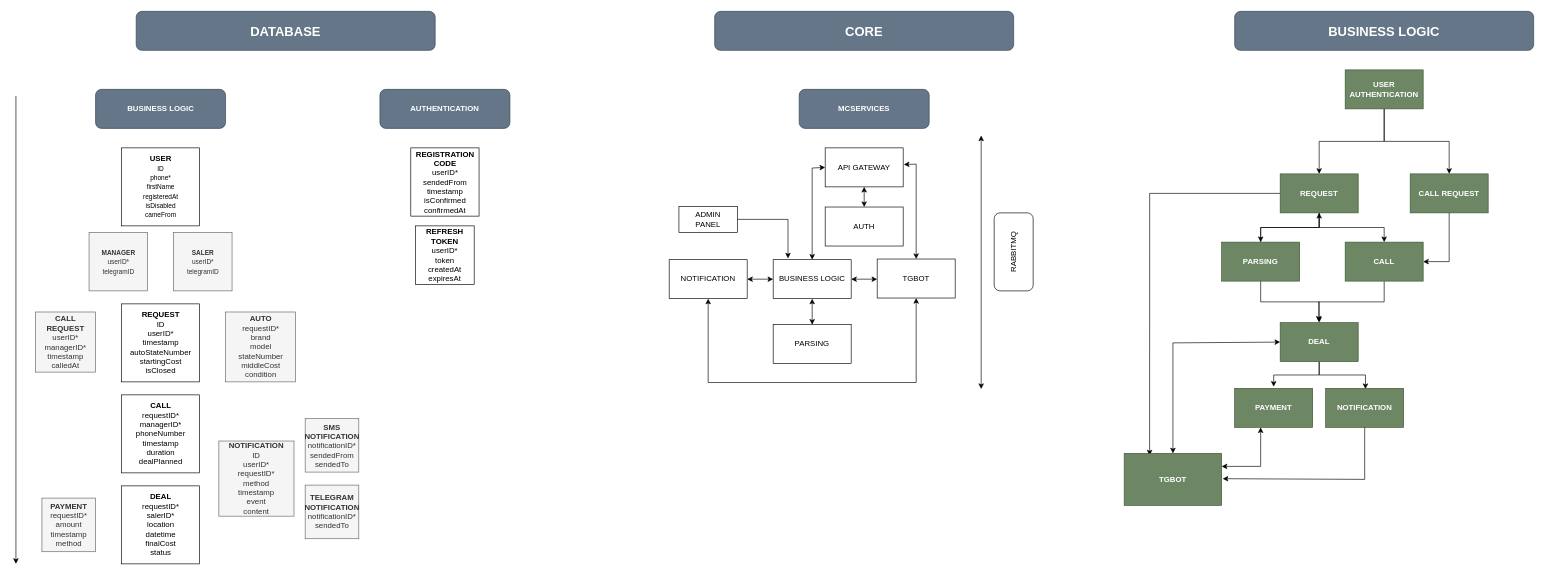
Above: static/AppDiagram.drawio in Dahaka1/GetAuto (draw.io), before the change. Source tidied: cells renumbered, new cells numbered last; positions are measured from the earlier drawing's top-left corner, leaving out a move shared by most shapes. Both pictures are drawn from the tidied source at 65%, with x=0, y=0 at pixel (16, 11).
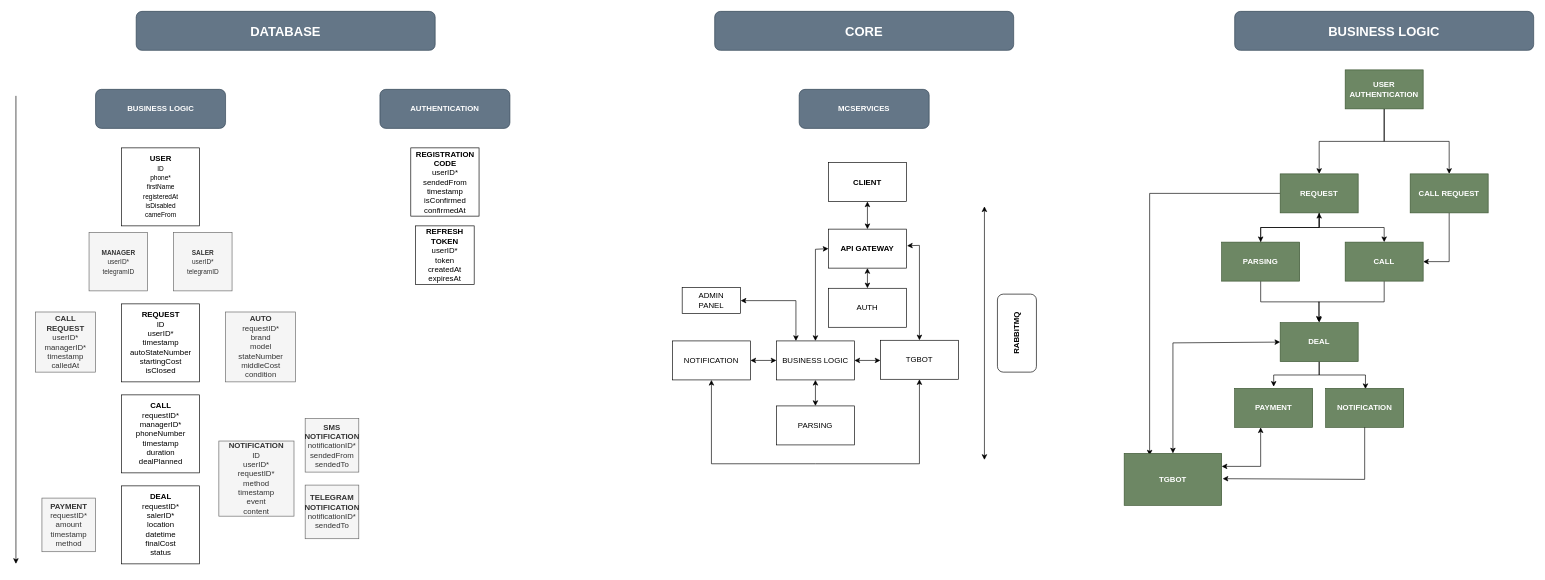
The same diagram, later.

Change to the diagram source:
```diff
@@
     <mxCell id="17" value="BUSINESS LOGIC" style="rounded=0;whiteSpace=wrap;html=1;" parent="1" vertex="1">
-      <mxGeometry x="1165" y="382" width="120" height="60" as="geometry" />
+      <mxGeometry x="1170" y="507" width="120" height="60" as="geometry" />
     </mxCell>
     <mxCell id="18" value="PARSING" style="rounded=0;whiteSpace=wrap;html=1;" parent="1" vertex="1">
-      <mxGeometry x="1165" y="482" width="120" height="60" as="geometry" />
+      <mxGeometry x="1170" y="607" width="120" height="60" as="geometry" />
     </mxCell>
     <mxCell id="19" value="TGBOT" style="rounded=0;whiteSpace=wrap;html=1;" parent="1" vertex="1">
-      <mxGeometry x="1325" y="381" width="120" height="60" as="geometry" />
+      <mxGeometry x="1330" y="506" width="120" height="60" as="geometry" />
     </mxCell>
-    <mxCell id="20" value="API GATEWAY" style="rounded=0;whiteSpace=wrap;html=1;" parent="1" vertex="1">
-      <mxGeometry x="1245" y="210" width="120" height="60" as="geometry" />
+    <mxCell id="20" value="API GATEWAY" style="rounded=0;whiteSpace=wrap;html=1;fontStyle=1;" parent="1" vertex="1">
+      <mxGeometry x="1250" y="335" width="120" height="60" as="geometry" />
     </mxCell>
     <mxCell id="21" style="endArrow=classic;startArrow=classic;html=1;rounded=0;entryX=0.5;entryY=0;entryDx=0;entryDy=0;exitX=1.008;exitY=0.426;exitDx=0;exitDy=0;exitPerimeter=0;" parent="1" edge="1" source="20" target="19">
       <mxGeometry relative="1" as="geometry">
         <Array as="points">
-          <mxPoint x="1385" y="235" />
+          <mxPoint x="1390" y="360" />
         </Array>
       </mxGeometry>
     </mxCell>
     <mxCell id="22" style="endArrow=classic;startArrow=classic;html=1;rounded=0;exitX=0.5;exitY=0;exitDx=0;exitDy=0;entryX=0;entryY=0.5;entryDx=0;entryDy=0;" parent="1" edge="1" source="17" target="20">
       <mxGeometry relative="1" as="geometry">
         <Array as="points">
-          <mxPoint x="1225" y="241" />
+          <mxPoint x="1230" y="366" />
         </Array>
       </mxGeometry>
     </mxCell>
@@
     <mxCell id="24" style="endArrow=classic;startArrow=classic;html=1;rounded=0;exitX=1;exitY=0.5;exitDx=0;exitDy=0;" parent="1" edge="1" source="17">
       <mxGeometry relative="1" as="geometry">
-        <mxPoint x="1325" y="412" as="targetPoint" />
+        <mxPoint x="1330" y="537" as="targetPoint" />
       </mxGeometry>
     </mxCell>
     <mxCell id="25" value="AUTH" style="rounded=0;whiteSpace=wrap;html=1;" parent="1" vertex="1">
-      <mxGeometry x="1245" y="301" width="120" height="60" as="geometry" />
+      <mxGeometry x="1250" y="426" width="120" height="60" as="geometry" />
     </mxCell>
@@
     <mxCell id="27" style="endArrow=classic;startArrow=classic;html=1;rounded=0;" parent="1" edge="1">
       <mxGeometry relative="1" as="geometry">
-        <mxPoint x="1485" y="581" as="sourcePoint" />
-        <mxPoint x="1485" y="191" as="targetPoint" />
+        <mxPoint x="1490" y="690" as="sourcePoint" />
+        <mxPoint x="1490" y="300" as="targetPoint" />
       </mxGeometry>
     </mxCell>
-    <mxCell id="28" value="RABBITMQ" style="rounded=1;whiteSpace=wrap;html=1;rotation=-90;" parent="1" vertex="1">
-      <mxGeometry x="1475" y="340" width="120" height="60" as="geometry" />
+    <mxCell id="28" value="RABBITMQ" style="rounded=1;whiteSpace=wrap;html=1;rotation=-90;fontStyle=1;" parent="1" vertex="1">
+      <mxGeometry x="1480" y="465" width="120" height="60" as="geometry" />
     </mxCell>
     <mxCell id="29" value="NOTIFICATION" style="rounded=0;whiteSpace=wrap;html=1;" parent="1" vertex="1">
-      <mxGeometry x="1005" y="382" width="120" height="60" as="geometry" />
+      <mxGeometry x="1010" y="507" width="120" height="60" as="geometry" />
     </mxCell>
@@
     <mxCell id="31" style="endArrow=classic;startArrow=classic;html=1;rounded=0;entryX=0.5;entryY=1;entryDx=0;entryDy=0;exitX=0.5;exitY=1;exitDx=0;exitDy=0;" parent="1" edge="1" source="29" target="19">
       <mxGeometry relative="1" as="geometry">
         <Array as="points">
-          <mxPoint x="1065" y="571" />
-          <mxPoint x="1225" y="571" />
-          <mxPoint x="1385" y="571" />
+          <mxPoint x="1070" y="696" />
+          <mxPoint x="1230" y="696" />
+          <mxPoint x="1390" y="696" />
         </Array>
       </mxGeometry>
     </mxCell>
@@
+    <mxCell id="62" value="ADMIN&lt;br&gt;PANEL" style="rounded=0;whiteSpace=wrap;html=1;" parent="1" vertex="1">
+      <mxGeometry x="1025" y="425" width="90" height="40" as="geometry" />
+    </mxCell>
-    <mxCell id="61" style="edgeStyle=orthogonalEdgeStyle;rounded=0;jettySize=auto;html=1;entryX=0.19;entryY=-0.03;entryDx=0;entryDy=0;entryPerimeter=0;" parent="1" edge="1" source="62" target="17">
-      <mxGeometry relative="1" as="geometry" />
+    <mxCell id="61" style="endArrow=classic;startArrow=classic;html=1;rounded=0;exitX=1;exitY=0.5;exitDx=0;exitDy=0;entryX=0.25;entryY=0;entryDx=0;entryDy=0;" parent="1" edge="1" source="62" target="17">
+      <mxGeometry relative="1" as="geometry">
+        <Array as="points">
+          <mxPoint x="1200" y="445" />
+        </Array>
+      </mxGeometry>
     </mxCell>
-    <mxCell id="62" value="ADMIN&lt;br&gt;PANEL" style="rounded=0;whiteSpace=wrap;html=1;" parent="1" vertex="1">
-      <mxGeometry x="1020" y="300" width="90" height="40" as="geometry" />
-    </mxCell>
+    <mxCell id="63" value="CLIENT" style="rounded=0;whiteSpace=wrap;html=1;fontStyle=1;" parent="1" vertex="1">
+      <mxGeometry x="1250" y="232.5" width="120" height="60" as="geometry" />
+    </mxCell>
+    <mxCell id="64" style="endArrow=classic;startArrow=classic;html=1;rounded=0;exitX=0.5;exitY=1;exitDx=0;exitDy=0;entryX=0.5;entryY=0;entryDx=0;entryDy=0;" parent="1" edge="1" source="63" target="20">
+      <mxGeometry relative="1" as="geometry" />
+    </mxCell>
```
